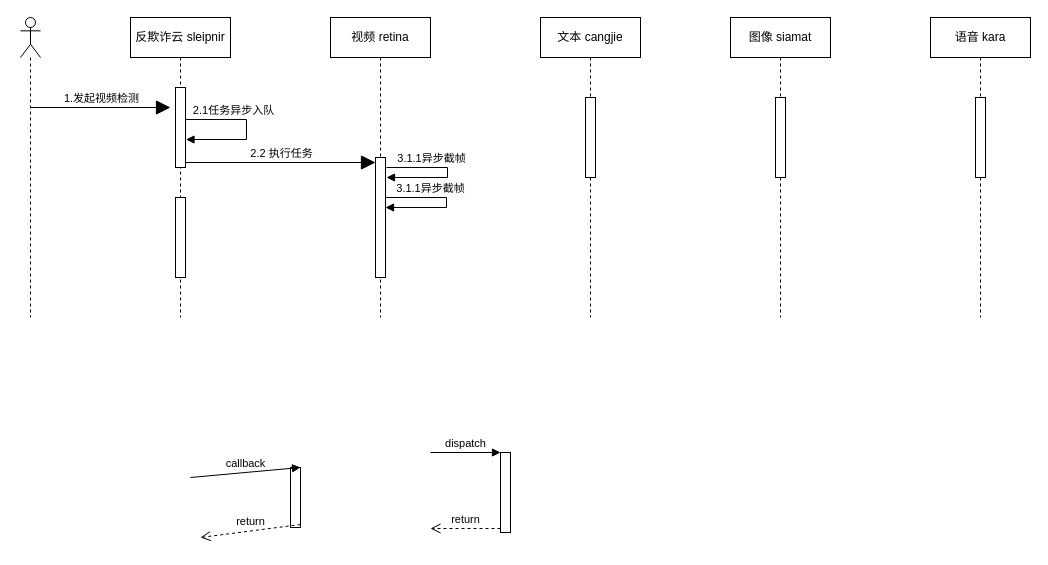
The draw.io diagram 企业级调用时序图.drawio in gumuqi/draw.io, before the edit. Source tidied: cells renumbered, new cells numbered last; positions are measured from the earlier drawing's top-left corner, leaving out a move shared by most shapes. Both pictures are drawn from the tidied source at 100%, with x=0, y=0 at pixel (20, 17).
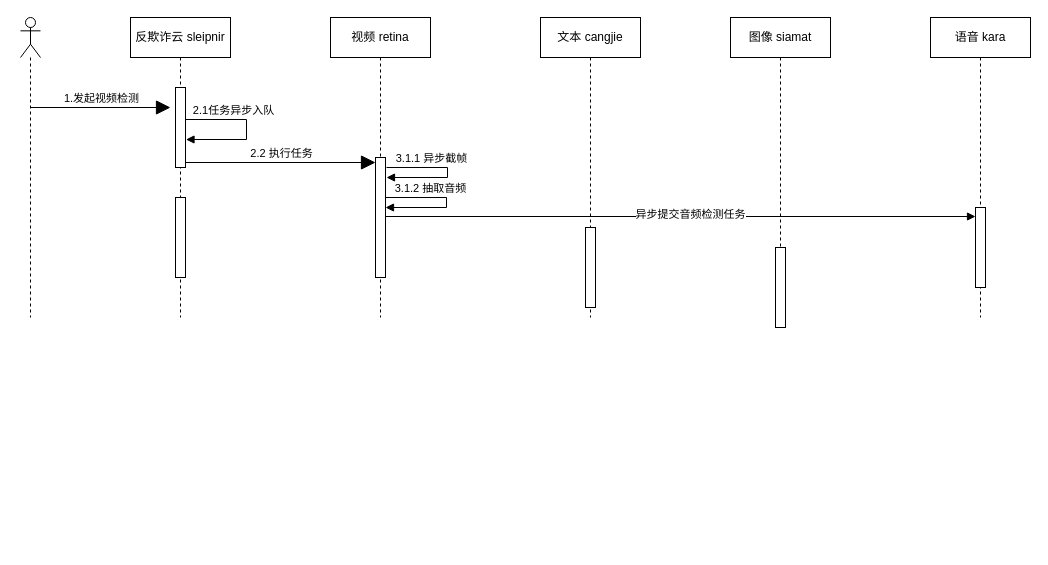
After the change.

Commit message (it also covers changes not shown here):
Update 企业级调用时序图.drawio

The change refers to these unchanged cells:
```xml
<mxCell id="8" style="edgeStyle=orthogonalEdgeStyle;html=1;align=left;spacingLeft=2;endArrow=block;rounded=0;" parent="1" edge="1">
  <mxGeometry x="-0.14" y="36" relative="1" as="geometry">
    <mxPoint x="366" y="150" as="sourcePoint" />
    <mxPoint x="366" y="160" as="targetPoint" />
    <Array as="points">
      <mxPoint x="427" y="150" />
      <mxPoint x="427" y="160" />
    </Array>
    <mxPoint x="-16" y="-30" as="offset" />
  </mxGeometry>
</mxCell>
<mxCell id="19" style="html=1;points=[];perimeter=orthogonalPerimeter;" parent="18" vertex="1">
  <mxGeometry x="45" y="140" width="10" height="120" as="geometry" />
</mxCell>
<mxCell id="20" value="文本 cangjie" style="shape=umlLifeline;perimeter=lifelinePerimeter;whiteSpace=wrap;html=1;" parent="1" vertex="1">
  <mxGeometry x="520" width="100" height="300" as="geometry" />
</mxCell>
<mxCell id="22" value="图像 siamat" style="shape=umlLifeline;perimeter=lifelinePerimeter;whiteSpace=wrap;html=1;" parent="1" vertex="1">
  <mxGeometry x="710" width="100" height="300" as="geometry" />
</mxCell>
<mxCell id="24" value="语音 kara" style="shape=umlLifeline;perimeter=lifelinePerimeter;whiteSpace=wrap;html=1;" parent="1" vertex="1">
  <mxGeometry x="910" width="100" height="300" as="geometry" />
</mxCell>
<mxCell id="28" style="edgeStyle=orthogonalEdgeStyle;html=1;align=left;spacingLeft=2;endArrow=block;rounded=0;" parent="1" edge="1">
  <mxGeometry x="-0.14" y="36" relative="1" as="geometry">
    <mxPoint x="365" y="180" as="sourcePoint" />
    <mxPoint x="365" y="190" as="targetPoint" />
    <Array as="points">
      <mxPoint x="426" y="180" />
      <mxPoint x="426" y="190" />
    </Array>
    <mxPoint x="-16" y="-30" as="offset" />
  </mxGeometry>
</mxCell>
```

The edit, as a diff of the source:
```diff
@@
-    <mxCell id="2" style="html=1;points=[];perimeter=orthogonalPerimeter;" parent="1" vertex="1">
-      <mxGeometry x="270" y="450" width="10" height="60" as="geometry" />
-    </mxCell>
-    <mxCell id="3" value="callback" style="html=1;verticalAlign=bottom;endArrow=block;entryX=1;entryY=0;" parent="1" edge="1" target="2">
-      <mxGeometry relative="1" as="geometry">
-        <mxPoint x="170" y="460" as="sourcePoint" />
-      </mxGeometry>
-    </mxCell>
-    <mxCell id="4" value="return" style="html=1;verticalAlign=bottom;endArrow=open;dashed=1;endSize=8;exitX=1;exitY=0.95;" parent="1" edge="1" source="2">
-      <mxGeometry relative="1" as="geometry">
-        <mxPoint x="180" y="520" as="targetPoint" />
-      </mxGeometry>
-    </mxCell>
-    <mxCell id="5" style="html=1;points=[];perimeter=orthogonalPerimeter;" parent="1" vertex="1">
-      <mxGeometry x="480" y="435" width="10" height="80" as="geometry" />
-    </mxCell>
-    <mxCell id="6" value="dispatch" style="html=1;verticalAlign=bottom;endArrow=block;entryX=0;entryY=0;" parent="1" edge="1" target="5">
-      <mxGeometry relative="1" as="geometry">
-        <mxPoint x="410" y="435" as="sourcePoint" />
-      </mxGeometry>
-    </mxCell>
-    <mxCell id="7" value="return" style="html=1;verticalAlign=bottom;endArrow=open;dashed=1;endSize=8;exitX=0;exitY=0.95;" parent="1" edge="1" source="5">
-      <mxGeometry relative="1" as="geometry">
-        <mxPoint x="410" y="511" as="targetPoint" />
-      </mxGeometry>
-    </mxCell>
@@
-    <mxCell id="9" value="&lt;span style=&quot;text-align: left&quot;&gt;3.1.1异步截帧&lt;/span&gt;" style="edgeLabel;html=1;align=center;verticalAlign=middle;" parent="8" vertex="1">
+    <mxCell id="9" value="&lt;span style=&quot;text-align: left&quot;&gt;3.1.1 异步截帧&lt;/span&gt;" style="edgeLabel;html=1;align=center;verticalAlign=middle;" parent="8" vertex="1">
       <mxGeometry x="-0.58" y="-1" relative="1" as="geometry">
         <mxPoint x="16.5" y="-11" as="offset" />
       </mxGeometry>
     </mxCell>
@@
     <mxCell id="21" style="html=1;perimeter=orthogonalPerimeter;" parent="20" vertex="1">
-      <mxGeometry x="45" y="80" width="10" height="80" as="geometry" />
+      <mxGeometry x="45" y="210" width="10" height="80" as="geometry" />
     </mxCell>
@@
     <mxCell id="23" style="html=1;perimeter=orthogonalPerimeter;" parent="22" vertex="1">
-      <mxGeometry x="45" y="80" width="10" height="80" as="geometry" />
+      <mxGeometry x="45" y="230" width="10" height="80" as="geometry" />
     </mxCell>
@@
     <mxCell id="25" style="html=1;points=[];perimeter=orthogonalPerimeter;" parent="24" vertex="1">
-      <mxGeometry x="45" y="80" width="10" height="80" as="geometry" />
+      <mxGeometry x="45" y="190" width="10" height="80" as="geometry" />
     </mxCell>
@@
-    <mxCell id="29" value="&lt;span style=&quot;text-align: left&quot;&gt;3.1.1异步截帧&lt;/span&gt;" style="edgeLabel;html=1;align=center;verticalAlign=middle;" parent="28" vertex="1">
+    <mxCell id="29" value="&lt;span style=&quot;text-align: left&quot;&gt;3.1.2 抽取音频&lt;/span&gt;" style="edgeLabel;html=1;align=center;verticalAlign=middle;" parent="28" vertex="1">
       <mxGeometry x="-0.58" y="-1" relative="1" as="geometry">
         <mxPoint x="16.5" y="-11" as="offset" />
       </mxGeometry>
     </mxCell>
+    <mxCell id="30" style="edgeStyle=elbowEdgeStyle;rounded=0;jettySize=auto;elbow=vertical;html=1;endArrow=block;endFill=1;entryX=0;entryY=0.113;entryDx=0;entryDy=0;entryPerimeter=0;" parent="1" edge="1" source="19" target="25">
+      <mxGeometry relative="1" as="geometry" />
+    </mxCell>
+    <mxCell id="31" value="异步提交音频检测任务" style="edgeLabel;html=1;align=center;verticalAlign=middle;" parent="30" vertex="1">
+      <mxGeometry x="0.03" y="3" relative="1" as="geometry" />
+    </mxCell>
```
